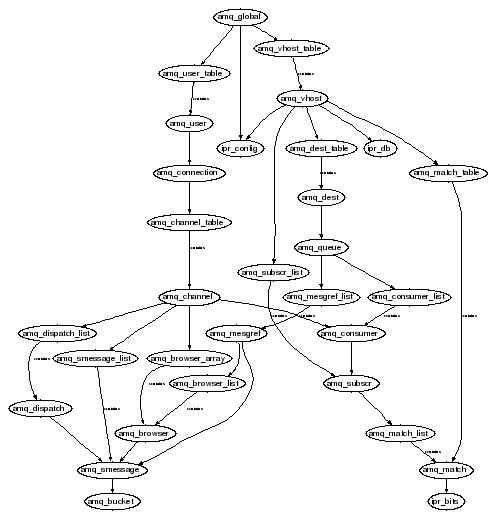
The Graphviz diagram doc/server_classes.png in imatix/openamq, before a commit. Its source is kept beside it as doc/server_classes.dot.
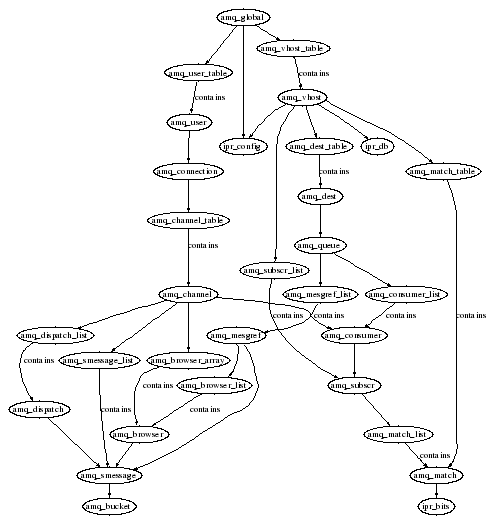
Later version of the same file.

Change to the diagram source:
```diff
@@ -1,6 +1,7 @@
-digraph {
+digraph Classes {
     size = "5,12";
-    node [fontname=Helvetica, fontsize=24];
+    node [fontsize=30];
+    edge [fontsize=30];
     amq_browser             -> amq_smessage;
     amq_browser_array       -> amq_browser  [label = "contains"];
     amq_browser_list        -> amq_browser  [label = "contains"];
```
